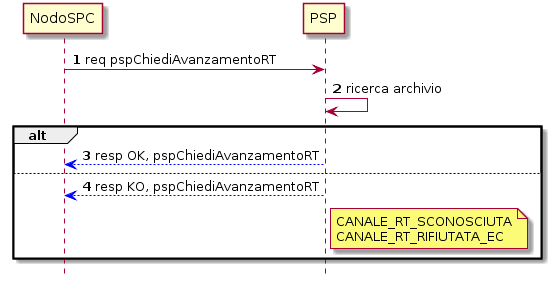
Above: _docs/media_FunzioniStrategieRecupero/media/image12.png in pagopa-archive/pagopa-specifichepagamenti-docs (PlantUML), before the change.
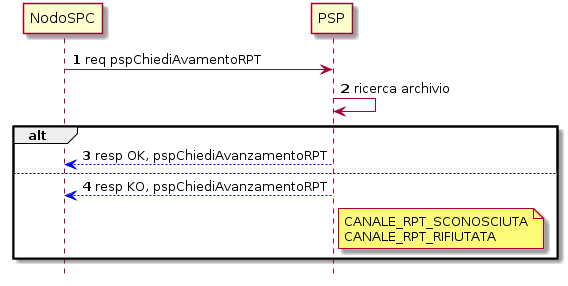
The same file after the commit.

Diff of the diagram source:
```diff
@@ -6,12 +6,12 @@
 participant NodoSPC
 participant PSP
 
-NodoSPC -> PSP : req pspChiediAvanzamentoRT
+NodoSPC -> PSP : req pspChiediAvamentoRPT
 PSP -> PSP : ricerca archivio
 alt
-PSP -[#0000FF]-> NodoSPC : resp OK, pspChiediAvanzamentoRT
+PSP -[#0000FF]-> NodoSPC : resp OK, pspChiediAvanzamentoRPT
 else
-PSP  -[#0000FF]-> NodoSPC : resp KO, pspChiediAvanzamentoRT
-note right PSP : CANALE_RT_SCONOSCIUTA\nCANALE_RT_RIFIUTATA_EC
+PSP  -[#0000FF]-> NodoSPC : resp KO, pspChiediAvanzamentoRPT
+note right PSP : CANALE_RPT_SCONOSCIUTA\nCANALE_RPT_RIFIUTATA
 end
 @enduml
```
